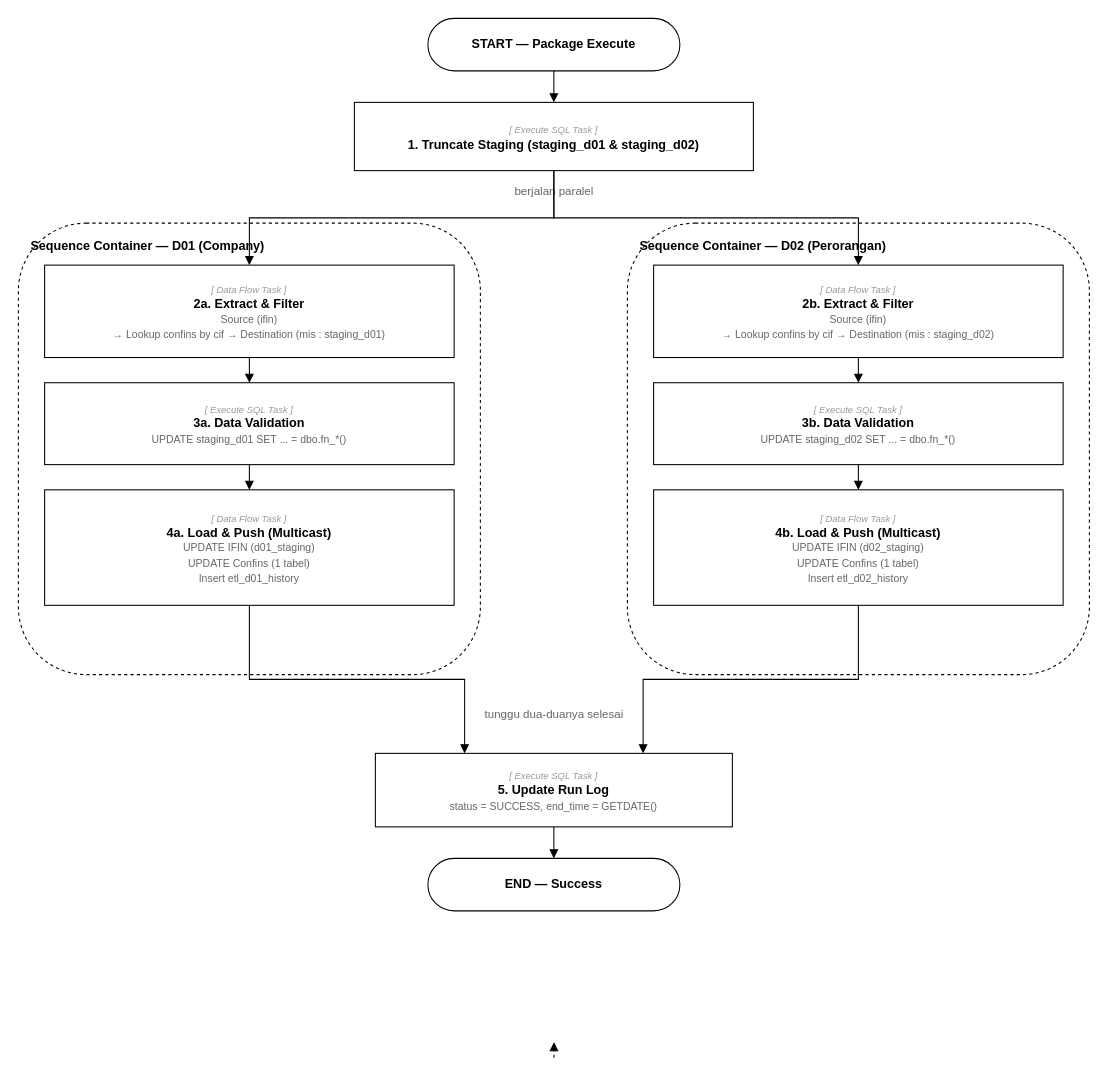
The draw.io diagram diagrams/slik-process-flow.drawio in mcellina/flow_process_1, before the edit. Source tidied: cells renumbered, new cells numbered last; positions are measured from the earlier drawing's top-left corner, leaving out a move shared by most shapes. Both pictures are drawn from the tidied source at 105%, with x=0, y=0 at pixel (18, 18).
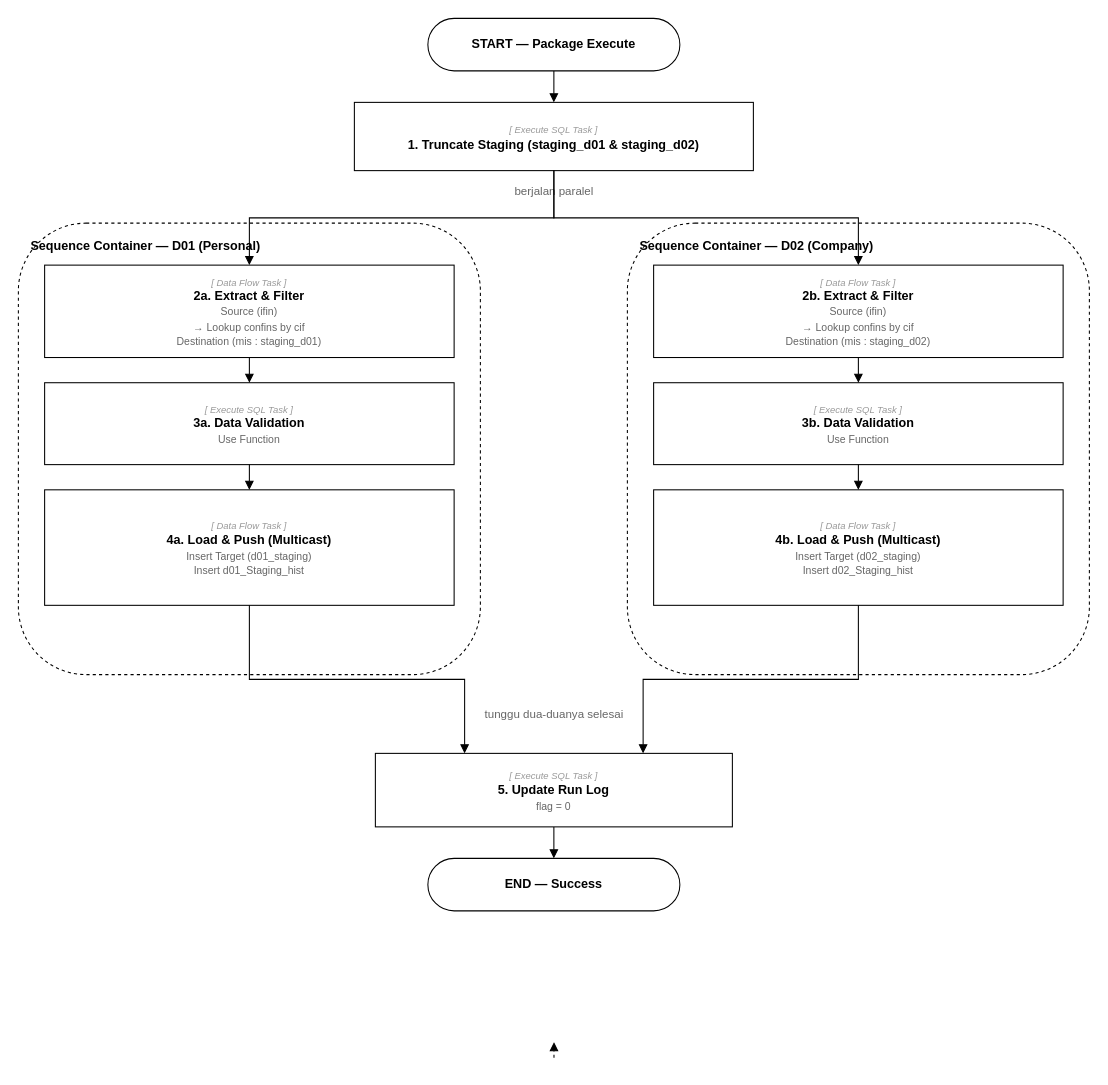
The same diagram, later.

Commit message:
Restore user's content edits, apply style fix on top (not over them)

The previous merge resolution accidentally discarded the user's own
content edits (D01=Personal/D02=Company swap, "Use Function", "flag
= 0", "Insert Target"/"Insert *_hist" wording) by taking the local
side wholesale. Rebuilt from their actual latest commit (8ae91ab)
and re-applied only the label styling (italic gray type tag, bold
title) without touching any of their wording.

Claude-Session: https://claude.ai/code/session_014C9kGdJkWi39x56LKuje1F

Diff of the diagram source:
```diff
@@
-    <mxCell id="5" value="Sequence Container — D01 (Company)" style="rounded=1;dashed=1;whiteSpace=wrap;html=1;verticalAlign=top;align=left;spacingLeft=10;spacingTop=8;fontStyle=1;fontSize=12;" parent="1" vertex="1">
+    <mxCell id="5" value="Sequence Container — D01 (Personal)" style="rounded=1;dashed=1;whiteSpace=wrap;html=1;verticalAlign=top;align=left;spacingLeft=10;spacingTop=8;fontStyle=1;fontSize=12;" parent="1" vertex="1">
       <mxGeometry y="195" width="440" height="430" as="geometry" />
     </mxCell>
-    <mxCell id="6" value="&lt;font style='font-size:9px;color:#999999'&gt;&lt;i&gt;[ Data Flow Task ]&lt;/i&gt;&lt;/font&gt;&lt;br&gt;&lt;b&gt;2a. Extract &amp; Filter&lt;/b&gt;&lt;br&gt;&lt;font style='font-size:10px;color:#666666'&gt;Source (ifin)&lt;/font&gt;&lt;br&gt;&lt;font style='font-size:10px;color:#666666'&gt;→ Lookup confins by cif → Destination (mis : staging_d01)&lt;/font&gt;" style="rounded=0;whiteSpace=wrap;html=1;align=center;verticalAlign=middle;spacing=4;" parent="1" vertex="1">
+    <mxCell id="6" value="&lt;font style='font-size:9px;color:#999999'&gt;&lt;i&gt;[ Data Flow Task ]&lt;/i&gt;&lt;/font&gt;&lt;br&gt;&lt;b&gt;2a. Extract &amp; Filter&lt;/b&gt;&lt;br&gt;&lt;font style='font-size:10px;color:#666666'&gt;Source (ifin)&lt;/font&gt;&lt;br&gt;&lt;font style='font-size:10px;color:#666666'&gt;→ Lookup confins by cif&lt;/font&gt;&lt;br&gt;&lt;font style='font-size:10px;color:#666666'&gt;Destination (mis : staging_d01)&lt;/font&gt;" style="rounded=0;whiteSpace=wrap;html=1;align=center;verticalAlign=middle;spacing=4;" parent="1" vertex="1">
       <mxGeometry x="25" y="235" width="390" height="88" as="geometry" />
     </mxCell>
-    <mxCell id="7" value="&lt;font style='font-size:9px;color:#999999'&gt;&lt;i&gt;[ Execute SQL Task ]&lt;/i&gt;&lt;/font&gt;&lt;br&gt;&lt;b&gt;3a. Data Validation&lt;/b&gt;&lt;br&gt;&lt;font style='font-size:10px;color:#666666'&gt;UPDATE staging_d01 SET ... = dbo.fn_*()&lt;/font&gt;" style="rounded=0;whiteSpace=wrap;html=1;align=center;verticalAlign=middle;spacing=4;" parent="1" vertex="1">
+    <mxCell id="7" value="&lt;font style='font-size:9px;color:#999999'&gt;&lt;i&gt;[ Execute SQL Task ]&lt;/i&gt;&lt;/font&gt;&lt;br&gt;&lt;b&gt;3a. Data Validation&lt;/b&gt;&lt;br&gt;&lt;font style='font-size:10px;color:#666666'&gt;Use Function&lt;/font&gt;" style="rounded=0;whiteSpace=wrap;html=1;align=center;verticalAlign=middle;spacing=4;" parent="1" vertex="1">
       <mxGeometry x="25" y="347" width="390" height="78" as="geometry" />
     </mxCell>
-    <mxCell id="8" value="&lt;font style='font-size:9px;color:#999999'&gt;&lt;i&gt;[ Data Flow Task ]&lt;/i&gt;&lt;/font&gt;&lt;br&gt;&lt;b&gt;4a. Load &amp; Push (Multicast)&lt;/b&gt;&lt;br&gt;&lt;font style='font-size:10px;color:#666666'&gt;UPDATE IFIN (d01_staging)&lt;/font&gt;&lt;br&gt;&lt;font style='font-size:10px;color:#666666'&gt;UPDATE Confins (1 tabel)&lt;/font&gt;&lt;br&gt;&lt;font style='font-size:10px;color:#666666'&gt;Insert etl_d01_history&lt;/font&gt;" style="rounded=0;whiteSpace=wrap;html=1;align=center;verticalAlign=middle;spacing=4;" parent="1" vertex="1">
+    <mxCell id="8" value="&lt;font style='font-size:9px;color:#999999'&gt;&lt;i&gt;[ Data Flow Task ]&lt;/i&gt;&lt;/font&gt;&lt;br&gt;&lt;b&gt;4a. Load &amp; Push (Multicast)&lt;/b&gt;&lt;br&gt;&lt;font style='font-size:10px;color:#666666'&gt;Insert Target (d01_staging)&lt;/font&gt;&lt;br&gt;&lt;font style='font-size:10px;color:#666666'&gt;Insert d01_Staging_hist&lt;/font&gt;" style="rounded=0;whiteSpace=wrap;html=1;align=center;verticalAlign=middle;spacing=4;" parent="1" vertex="1">
       <mxGeometry x="25" y="449" width="390" height="110" as="geometry" />
     </mxCell>
-    <mxCell id="9" value="Sequence Container — D02 (Perorangan)" style="rounded=1;dashed=1;whiteSpace=wrap;html=1;verticalAlign=top;align=left;spacingLeft=10;spacingTop=8;fontStyle=1;fontSize=12;" parent="1" vertex="1">
+    <mxCell id="9" value="Sequence Container — D02 (Company)" style="rounded=1;dashed=1;whiteSpace=wrap;html=1;verticalAlign=top;align=left;spacingLeft=10;spacingTop=8;fontStyle=1;fontSize=12;" parent="1" vertex="1">
       <mxGeometry x="580" y="195" width="440" height="430" as="geometry" />
     </mxCell>
-    <mxCell id="10" value="&lt;font style='font-size:9px;color:#999999'&gt;&lt;i&gt;[ Data Flow Task ]&lt;/i&gt;&lt;/font&gt;&lt;br&gt;&lt;b&gt;2b. Extract &amp; Filter&lt;/b&gt;&lt;br&gt;&lt;font style='font-size:10px;color:#666666'&gt;Source (ifin)&lt;/font&gt;&lt;br&gt;&lt;font style='font-size:10px;color:#666666'&gt;→ Lookup confins by cif → Destination (mis : staging_d02)&lt;/font&gt;" style="rounded=0;whiteSpace=wrap;html=1;align=center;verticalAlign=middle;spacing=4;" parent="1" vertex="1">
+    <mxCell id="10" value="&lt;font style='font-size:9px;color:#999999'&gt;&lt;i&gt;[ Data Flow Task ]&lt;/i&gt;&lt;/font&gt;&lt;br&gt;&lt;b&gt;2b. Extract &amp; Filter&lt;/b&gt;&lt;br&gt;&lt;font style='font-size:10px;color:#666666'&gt;Source (ifin)&lt;/font&gt;&lt;br&gt;&lt;font style='font-size:10px;color:#666666'&gt;→ Lookup confins by cif&lt;/font&gt;&lt;br&gt;&lt;font style='font-size:10px;color:#666666'&gt;Destination (mis : staging_d02)&lt;/font&gt;" style="rounded=0;whiteSpace=wrap;html=1;align=center;verticalAlign=middle;spacing=4;" parent="1" vertex="1">
       <mxGeometry x="605" y="235" width="390" height="88" as="geometry" />
     </mxCell>
-    <mxCell id="11" value="&lt;font style='font-size:9px;color:#999999'&gt;&lt;i&gt;[ Execute SQL Task ]&lt;/i&gt;&lt;/font&gt;&lt;br&gt;&lt;b&gt;3b. Data Validation&lt;/b&gt;&lt;br&gt;&lt;font style='font-size:10px;color:#666666'&gt;UPDATE staging_d02 SET ... = dbo.fn_*()&lt;/font&gt;" style="rounded=0;whiteSpace=wrap;html=1;align=center;verticalAlign=middle;spacing=4;" parent="1" vertex="1">
+    <mxCell id="11" value="&lt;font style='font-size:9px;color:#999999'&gt;&lt;i&gt;[ Execute SQL Task ]&lt;/i&gt;&lt;/font&gt;&lt;br&gt;&lt;b&gt;3b. Data Validation&lt;/b&gt;&lt;br&gt;&lt;font style='font-size:10px;color:#666666'&gt;Use Function&lt;/font&gt;" style="rounded=0;whiteSpace=wrap;html=1;align=center;verticalAlign=middle;spacing=4;" parent="1" vertex="1">
       <mxGeometry x="605" y="347" width="390" height="78" as="geometry" />
     </mxCell>
-    <mxCell id="12" value="&lt;font style='font-size:9px;color:#999999'&gt;&lt;i&gt;[ Data Flow Task ]&lt;/i&gt;&lt;/font&gt;&lt;br&gt;&lt;b&gt;4b. Load &amp; Push (Multicast)&lt;/b&gt;&lt;br&gt;&lt;font style='font-size:10px;color:#666666'&gt;UPDATE IFIN (d02_staging)&lt;/font&gt;&lt;br&gt;&lt;font style='font-size:10px;color:#666666'&gt;UPDATE Confins (1 tabel)&lt;/font&gt;&lt;br&gt;&lt;font style='font-size:10px;color:#666666'&gt;Insert etl_d02_history&lt;/font&gt;" style="rounded=0;whiteSpace=wrap;html=1;align=center;verticalAlign=middle;spacing=4;" parent="1" vertex="1">
+    <mxCell id="12" value="&lt;font style='font-size:9px;color:#999999'&gt;&lt;i&gt;[ Data Flow Task ]&lt;/i&gt;&lt;/font&gt;&lt;br&gt;&lt;b&gt;4b. Load &amp; Push (Multicast)&lt;/b&gt;&lt;br&gt;&lt;font style='font-size:10px;color:#666666'&gt;Insert Target (d02_staging)&lt;/font&gt;&lt;br&gt;&lt;font style='font-size:10px;color:#666666'&gt;Insert d02_Staging_hist&lt;/font&gt;" style="rounded=0;whiteSpace=wrap;html=1;align=center;verticalAlign=middle;spacing=4;" parent="1" vertex="1">
       <mxGeometry x="605" y="449" width="390" height="110" as="geometry" />
     </mxCell>
@@
-    <mxCell id="14" value="&lt;font style='font-size:9px;color:#999999'&gt;&lt;i&gt;[ Execute SQL Task ]&lt;/i&gt;&lt;/font&gt;&lt;br&gt;&lt;b&gt;5. Update Run Log&lt;/b&gt;&lt;br&gt;&lt;font style='font-size:10px;color:#666666'&gt;status = SUCCESS, end_time = GETDATE()&lt;/font&gt;" style="rounded=0;whiteSpace=wrap;html=1;align=center;verticalAlign=middle;spacing=4;" parent="1" vertex="1">
+    <mxCell id="14" value="&lt;font style='font-size:9px;color:#999999'&gt;&lt;i&gt;[ Execute SQL Task ]&lt;/i&gt;&lt;/font&gt;&lt;br&gt;&lt;b&gt;5. Update Run Log&lt;/b&gt;&lt;br&gt;&lt;font style='font-size:10px;color:#666666'&gt;flag = 0&lt;/font&gt;" style="rounded=0;whiteSpace=wrap;html=1;align=center;verticalAlign=middle;spacing=4;" parent="1" vertex="1">
       <mxGeometry x="340" y="700" width="340" height="70" as="geometry" />
     </mxCell>
```
